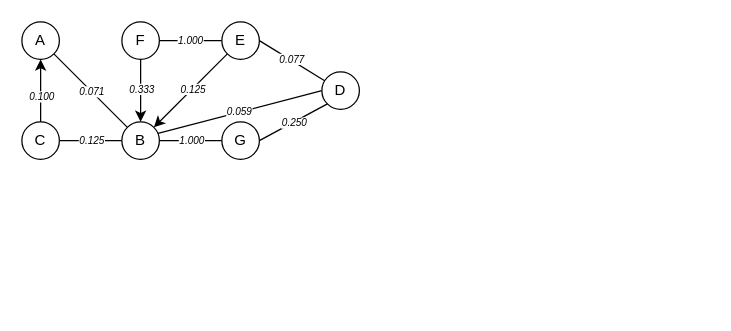
This is assets/painotettu-verkko-ennen.drawio from jukkapajarinen/TUNIMasterThesis, a draw.io file, before an edit. Source tidied: cells renumbered, new cells numbered last; positions are measured from the earlier drawing's top-left corner, leaving out a move shared by most shapes. Both pictures are drawn from the tidied source at 125%, with x=0, y=0 at pixel (21, 21).
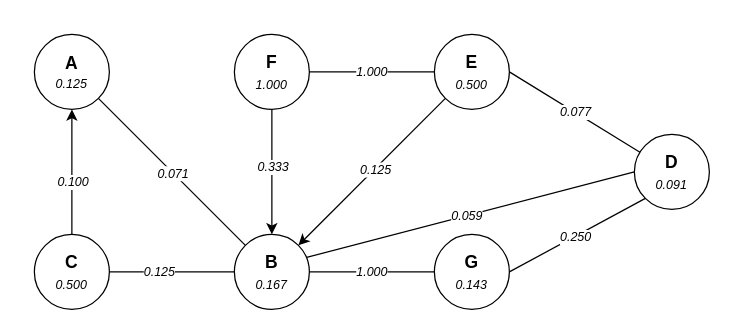
Above is the later version.

The change refers to these unchanged cells:
```xml
<mxCell id="2" style="rounded=0;jettySize=auto;html=1;endArrow=none;endFill=0;entryX=0;entryY=0;entryDx=0;entryDy=0;" parent="1" edge="1" source="4" target="11">
  <mxGeometry relative="1" as="geometry" />
</mxCell>
<mxCell id="5" style="rounded=0;jettySize=auto;html=1;entryX=0;entryY=0.5;entryDx=0;entryDy=0;endArrow=none;endFill=0;exitX=0.963;exitY=0.307;exitDx=0;exitDy=0;exitPerimeter=0;" parent="1" edge="1" source="11" target="14">
  <mxGeometry relative="1" as="geometry" />
</mxCell>
<mxCell id="7" style="rounded=0;jettySize=auto;html=1;entryX=0;entryY=0.5;entryDx=0;entryDy=0;endArrow=none;endFill=0;" parent="1" edge="1" source="11" target="17">
  <mxGeometry relative="1" as="geometry" />
</mxCell>
<mxCell id="9" style="rounded=0;jettySize=auto;html=1;entryX=1;entryY=0.5;entryDx=0;entryDy=0;endArrow=none;endFill=0;exitX=0;exitY=0.5;exitDx=0;exitDy=0;" parent="1" edge="1" source="11" target="20">
  <mxGeometry relative="1" as="geometry" />
</mxCell>
<mxCell id="12" style="rounded=0;jettySize=auto;html=1;entryX=1;entryY=0.5;entryDx=0;entryDy=0;endArrow=none;endFill=0;" parent="1" edge="1" source="14" target="28">
  <mxGeometry relative="1" as="geometry" />
</mxCell>
<mxCell id="15" style="rounded=0;jettySize=auto;html=1;entryX=0;entryY=1;entryDx=0;entryDy=0;endArrow=none;endFill=0;exitX=1;exitY=0.5;exitDx=0;exitDy=0;" parent="1" edge="1" source="17" target="14">
  <mxGeometry relative="1" as="geometry" />
</mxCell>
<mxCell id="18" style="edgeStyle=none;rounded=0;jettySize=auto;html=1;entryX=0.5;entryY=1;entryDx=0;entryDy=0;startArrow=none;startFill=0;endArrow=classic;endFill=1;" parent="1" edge="1" source="20" target="4">
  <mxGeometry relative="1" as="geometry" />
</mxCell>
<mxCell id="21" style="rounded=0;jettySize=auto;html=1;entryX=0.5;entryY=0;entryDx=0;entryDy=0;endArrow=classic;endFill=1;startArrow=none;startFill=0;" parent="1" edge="1" source="23" target="11">
  <mxGeometry relative="1" as="geometry" />
</mxCell>
<mxCell id="24" style="rounded=0;jettySize=auto;html=1;entryX=1;entryY=0.5;entryDx=0;entryDy=0;endArrow=none;endFill=0;exitX=0;exitY=0.5;exitDx=0;exitDy=0;" parent="1" edge="1" source="28" target="23">
  <mxGeometry relative="1" as="geometry" />
</mxCell>
<mxCell id="26" style="rounded=0;jettySize=auto;html=1;entryX=1;entryY=0;entryDx=0;entryDy=0;endArrow=classic;endFill=1;exitX=0;exitY=1;exitDx=0;exitDy=0;" parent="1" edge="1" source="28" target="11">
  <mxGeometry relative="1" as="geometry" />
</mxCell>
```

Change to the diagram source:
```diff
@@
-    <mxCell id="3" value="0.071" style="text;html=1;align=center;verticalAlign=middle;labelBackgroundColor=#ffffff;fontStyle=2;fontSize=8;" parent="2" vertex="1">
+    <mxCell id="3" value="&lt;font style=&quot;font-size: 10px&quot;&gt;0.071&lt;/font&gt;" style="text;html=1;align=center;verticalAlign=middle;labelBackgroundColor=#ffffff;fontStyle=2;fontSize=8;" parent="2" vertex="1">
       <mxGeometry x="0.01" relative="1" as="geometry" />
     </mxCell>
-    <mxCell id="4" value="A" style="ellipse;whiteSpace=wrap;html=1;" parent="1" vertex="1">
-      <mxGeometry width="30" height="30" as="geometry" />
+    <mxCell id="4" value="&lt;div&gt;&lt;b style=&quot;font-size: 14px&quot;&gt;A&lt;/b&gt;&lt;/div&gt;&lt;font style=&quot;font-size: 10px&quot;&gt;&lt;i&gt;0.125&lt;/i&gt;&lt;/font&gt;" style="ellipse;whiteSpace=wrap;html=1;" parent="1" vertex="1">
+      <mxGeometry x="10" y="10" width="60" height="60" as="geometry" />
     </mxCell>
@@
-    <mxCell id="6" value="0.059" style="text;html=1;align=center;verticalAlign=middle;labelBackgroundColor=#ffffff;fontStyle=2;fontSize=8;" parent="5" vertex="1">
+    <mxCell id="6" value="0.059" style="text;html=1;align=center;verticalAlign=middle;labelBackgroundColor=#ffffff;fontStyle=2;fontSize=10;" parent="5" vertex="1">
       <mxGeometry x="-0.03" relative="1" as="geometry">
         <mxPoint x="1" y="-1" as="offset" />
       </mxGeometry>
     </mxCell>
@@
-    <mxCell id="8" value="1.000" style="text;html=1;align=center;verticalAlign=middle;labelBackgroundColor=#ffffff;fontStyle=2;fontSize=8;" parent="7" vertex="1">
+    <mxCell id="8" value="1.000" style="text;html=1;align=center;verticalAlign=middle;labelBackgroundColor=#ffffff;fontStyle=2;fontSize=10;" parent="7" vertex="1">
       <mxGeometry x="-0.05" relative="1" as="geometry">
         <mxPoint x="1" y="-1" as="offset" />
       </mxGeometry>
     </mxCell>
@@
-    <mxCell id="10" value="0.125" style="text;html=1;align=center;verticalAlign=middle;labelBackgroundColor=#ffffff;fontStyle=2;fontSize=8;" parent="9" vertex="1">
+    <mxCell id="10" value="0.125" style="text;html=1;align=center;verticalAlign=middle;labelBackgroundColor=#ffffff;fontStyle=2;fontSize=10;" parent="9" vertex="1">
       <mxGeometry x="0.41" relative="1" as="geometry">
         <mxPoint x="10.5" y="-1" as="offset" />
       </mxGeometry>
     </mxCell>
-    <mxCell id="11" value="B" style="ellipse;whiteSpace=wrap;html=1;" parent="1" vertex="1">
-      <mxGeometry x="80" y="80" width="30" height="30" as="geometry" />
+    <mxCell id="11" value="&lt;b style=&quot;font-size: 14px&quot;&gt;B&lt;/b&gt;&lt;br style=&quot;font-size: 14px&quot;&gt;&lt;font style=&quot;font-size: 10px&quot;&gt;&lt;i&gt;0.167&lt;/i&gt;&lt;/font&gt;" style="ellipse;whiteSpace=wrap;html=1;fontSize=14;" parent="1" vertex="1">
+      <mxGeometry x="170" y="170" width="60" height="60" as="geometry" />
     </mxCell>
@@
-    <mxCell id="13" value="0.077" style="text;html=1;align=center;verticalAlign=middle;labelBackgroundColor=#ffffff;fontStyle=2;fontSize=8;" parent="12" vertex="1">
+    <mxCell id="13" value="0.077" style="text;html=1;align=center;verticalAlign=middle;labelBackgroundColor=#ffffff;fontStyle=2;fontSize=10;" parent="12" vertex="1">
       <mxGeometry x="-0.04" relative="1" as="geometry">
         <mxPoint x="-2" y="-2" as="offset" />
       </mxGeometry>
     </mxCell>
-    <mxCell id="14" value="D" style="ellipse;whiteSpace=wrap;html=1;" parent="1" vertex="1">
-      <mxGeometry x="240" y="40" width="30" height="30" as="geometry" />
+    <mxCell id="14" value="&lt;b style=&quot;font-size: 14px&quot;&gt;D&lt;/b&gt;&lt;br style=&quot;font-size: 14px&quot;&gt;&lt;font style=&quot;font-size: 10px&quot;&gt;&lt;i&gt;0.091&lt;/i&gt;&lt;/font&gt;" style="ellipse;whiteSpace=wrap;html=1;fontSize=14;" parent="1" vertex="1">
+      <mxGeometry x="490" y="90" width="60" height="60" as="geometry" />
     </mxCell>
@@
-    <mxCell id="16" value="0.250" style="text;html=1;align=center;verticalAlign=middle;labelBackgroundColor=#ffffff;fontStyle=2;fontSize=8;" parent="15" vertex="1">
+    <mxCell id="16" value="0.250" style="text;html=1;align=center;verticalAlign=middle;labelBackgroundColor=#ffffff;fontStyle=2;fontSize=10;" parent="15" vertex="1">
       <mxGeometry x="-0.07" relative="1" as="geometry">
         <mxPoint x="2" y="-1" as="offset" />
       </mxGeometry>
     </mxCell>
-    <mxCell id="17" value="G" style="ellipse;whiteSpace=wrap;html=1;" parent="1" vertex="1">
-      <mxGeometry x="160" y="80" width="30" height="30" as="geometry" />
+    <mxCell id="17" value="&lt;b style=&quot;font-size: 14px&quot;&gt;G&lt;/b&gt;&lt;br style=&quot;font-size: 14px&quot;&gt;&lt;font style=&quot;font-size: 10px&quot;&gt;&lt;i&gt;0.143&lt;/i&gt;&lt;/font&gt;" style="ellipse;whiteSpace=wrap;html=1;fontSize=14;" parent="1" vertex="1">
+      <mxGeometry x="330" y="170" width="60" height="60" as="geometry" />
     </mxCell>
@@
-    <mxCell id="19" value="0.100" style="text;html=1;align=center;verticalAlign=middle;labelBackgroundColor=#ffffff;fontSize=8;fontStyle=2;" parent="18" vertex="1">
+    <mxCell id="19" value="&lt;font style=&quot;font-size: 10px&quot;&gt;0.100&lt;/font&gt;" style="text;html=1;align=center;verticalAlign=middle;labelBackgroundColor=#ffffff;fontSize=8;fontStyle=2;" parent="18" vertex="1">
       <mxGeometry x="-0.13" relative="1" as="geometry">
         <mxPoint y="1.5" as="offset" />
       </mxGeometry>
     </mxCell>
-    <mxCell id="20" value="C" style="ellipse;whiteSpace=wrap;html=1;" parent="1" vertex="1">
-      <mxGeometry y="80" width="30" height="30" as="geometry" />
+    <mxCell id="20" value="&lt;b style=&quot;font-size: 14px&quot;&gt;C&lt;/b&gt;&lt;br style=&quot;font-size: 14px&quot;&gt;&lt;font style=&quot;font-size: 10px&quot;&gt;&lt;i&gt;0.500&lt;/i&gt;&lt;/font&gt;" style="ellipse;whiteSpace=wrap;html=1;fontSize=14;" parent="1" vertex="1">
+      <mxGeometry x="10" y="170" width="60" height="60" as="geometry" />
     </mxCell>
@@
-    <mxCell id="22" value="0.333" style="text;html=1;align=center;verticalAlign=middle;labelBackgroundColor=#ffffff;fontStyle=2;fontSize=8;" parent="21" vertex="1">
+    <mxCell id="22" value="0.333" style="text;html=1;align=center;verticalAlign=middle;labelBackgroundColor=#ffffff;fontStyle=2;fontSize=10;" parent="21" vertex="1">
       <mxGeometry x="-0.1" relative="1" as="geometry" />
     </mxCell>
-    <mxCell id="23" value="F" style="ellipse;whiteSpace=wrap;html=1;" parent="1" vertex="1">
-      <mxGeometry x="80" width="30" height="30" as="geometry" />
+    <mxCell id="23" value="&lt;b style=&quot;font-size: 14px&quot;&gt;F&lt;/b&gt;&lt;br style=&quot;font-size: 14px&quot;&gt;&lt;font style=&quot;font-size: 10px&quot;&gt;&lt;i&gt;1.000&lt;/i&gt;&lt;/font&gt;&lt;br style=&quot;font-size: 14px&quot;&gt;&lt;font style=&quot;font-size: 14px&quot;&gt;&lt;i style=&quot;font-size: 14px&quot;&gt;&lt;/i&gt;&lt;/font&gt;" style="ellipse;whiteSpace=wrap;html=1;fontSize=14;" parent="1" vertex="1">
+      <mxGeometry x="170" y="10" width="60" height="60" as="geometry" />
     </mxCell>
@@
-    <mxCell id="25" value="1.000" style="text;html=1;align=center;verticalAlign=middle;labelBackgroundColor=#ffffff;fontStyle=2;fontSize=8;" parent="24" vertex="1">
+    <mxCell id="25" value="1.000" style="text;html=1;align=center;verticalAlign=middle;labelBackgroundColor=#ffffff;fontStyle=2;fontSize=10;" parent="24" vertex="1">
       <mxGeometry y="-1" relative="1" as="geometry">
         <mxPoint x="-1" as="offset" />
       </mxGeometry>
     </mxCell>
@@
-    <mxCell id="27" value="0.125" style="text;html=1;align=center;verticalAlign=middle;labelBackgroundColor=#ffffff;fontStyle=2;fontSize=8;" parent="26" vertex="1">
+    <mxCell id="27" value="0.125" style="text;html=1;align=center;verticalAlign=middle;labelBackgroundColor=#ffffff;fontStyle=2;fontSize=10;" parent="26" vertex="1">
       <mxGeometry x="-0.05" relative="1" as="geometry" />
     </mxCell>
-    <mxCell id="28" value="E" style="ellipse;whiteSpace=wrap;html=1;" parent="1" vertex="1">
-      <mxGeometry x="160" width="30" height="30" as="geometry" />
+    <mxCell id="28" value="&lt;b style=&quot;font-size: 14px&quot;&gt;E&lt;/b&gt;&lt;br style=&quot;font-size: 14px&quot;&gt;&lt;font style=&quot;font-size: 10px&quot;&gt;&lt;i&gt;0.500&lt;/i&gt;&lt;/font&gt;" style="ellipse;whiteSpace=wrap;html=1;fontSize=14;" parent="1" vertex="1">
+      <mxGeometry x="330" y="10" width="60" height="60" as="geometry" />
     </mxCell>
```
